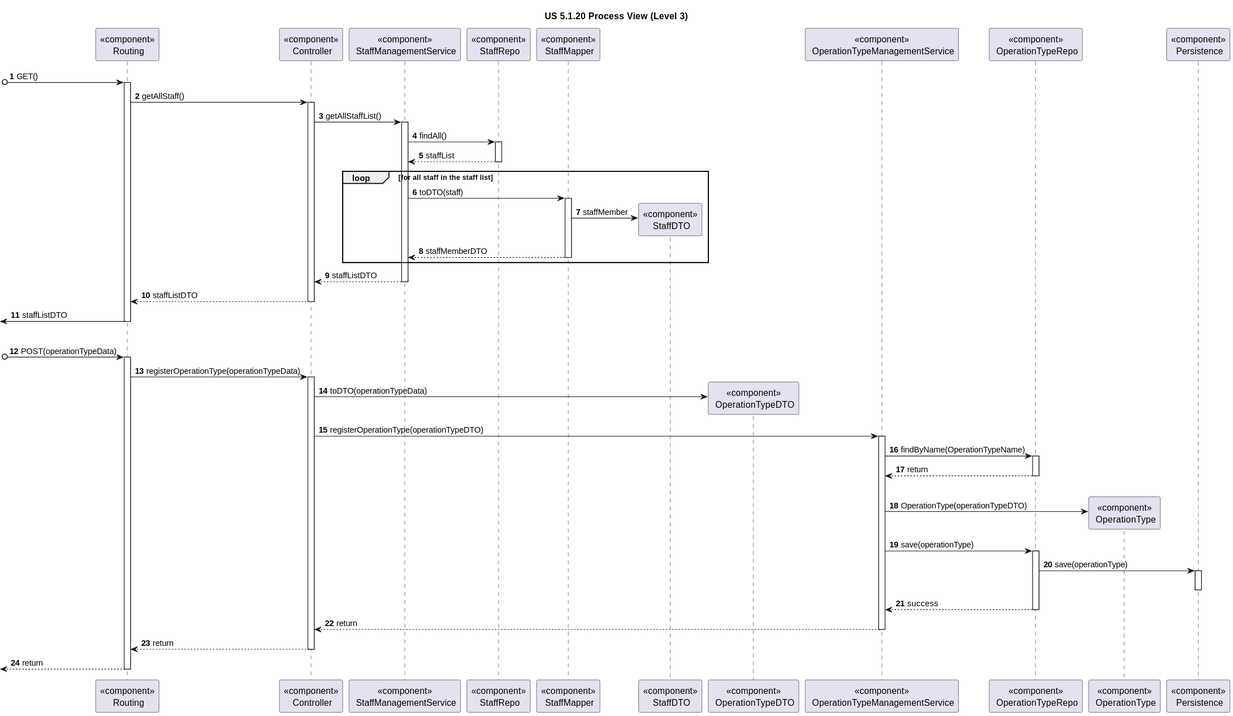
The PlantUML diagram docs/sprint-1/1220683/us-5.1.20/diagrams/Process_View/Level-3/us20-process-view-level3.svg in rita-barbosa/LAPR5-2425, before a commit. The source it was exported from:
```plantuml
@startuml

title US 5.1.20 Process View (Level 3)

autonumber

participant "<<component>>\n Routing" as ROUTE
participant "<<component>>\n Controller" as CONTROL

participant "<<component>>\n StaffManagementService" as STAFFServ
participant "<<component>>\n StaffRepo" as STAFFRepo
participant "<<component>>\n StaffMapper" as STAFFMapper
participant "<<component>>\n StaffDTO" as STAFFDTO

participant "<<component>>\n OperationTypeDTO" as OPTYDTO
participant "<<component>>\n OperationTypeManagementService" as OPTYServ
participant "<<component>>\n OperationTypeRepo" as OPTYRepo
participant "<<component>>\n OperationType" as OPTY

participant "<<component>>\n Persistence" as PERSISTENCE


[o-> ROUTE : GET()
activate ROUTE

ROUTE -> CONTROL : getAllStaff()
activate CONTROL

CONTROL -> STAFFServ : getAllStaffList()
activate STAFFServ

STAFFServ -> STAFFRepo : findAll()
activate STAFFRepo

STAFFRepo --> STAFFServ : staffList
deactivate STAFFRepo

loop for all staff in the staff list

STAFFServ -> STAFFMapper : toDTO(staff)
activate STAFFMapper

STAFFMapper -> STAFFDTO ** : staffMember

STAFFMapper --> STAFFServ : staffMemberDTO
deactivate STAFFMapper
end loop

STAFFServ --> CONTROL : staffListDTO
deactivate STAFFServ


CONTROL --> ROUTE : staffListDTO
deactivate CONTROL

<- ROUTE : staffListDTO
deactivate ROUTE

|||

[o-> ROUTE : POST(operationTypeData)
activate ROUTE

ROUTE -> CONTROL : registerOperationType(operationTypeData)
activate CONTROL

CONTROL -> OPTYDTO ** : toDTO(operationTypeData)

CONTROL -> OPTYServ : registerOperationType(operationTypeDTO)
activate OPTYServ

OPTYServ -> OPTYRepo : findByName(OperationTypeName)
activate OPTYRepo

OPTYRepo --> OPTYServ : return
deactivate OPTYRepo

|||

OPTYServ -> OPTY ** : OperationType(operationTypeDTO)

OPTYServ -> OPTYRepo : save(operationType)
activate OPTYRepo

OPTYRepo -> PERSISTENCE : save(operationType)
activate PERSISTENCE
deactivate PERSISTENCE

OPTYRepo --> OPTYServ : success
deactivate OPTYRepo

OPTYServ --> CONTROL : return
deactivate OPTYServ

CONTROL --> ROUTE : return
deactivate CONTROL

<-- ROUTE : return
deactivate ROUTE
@enduml
```
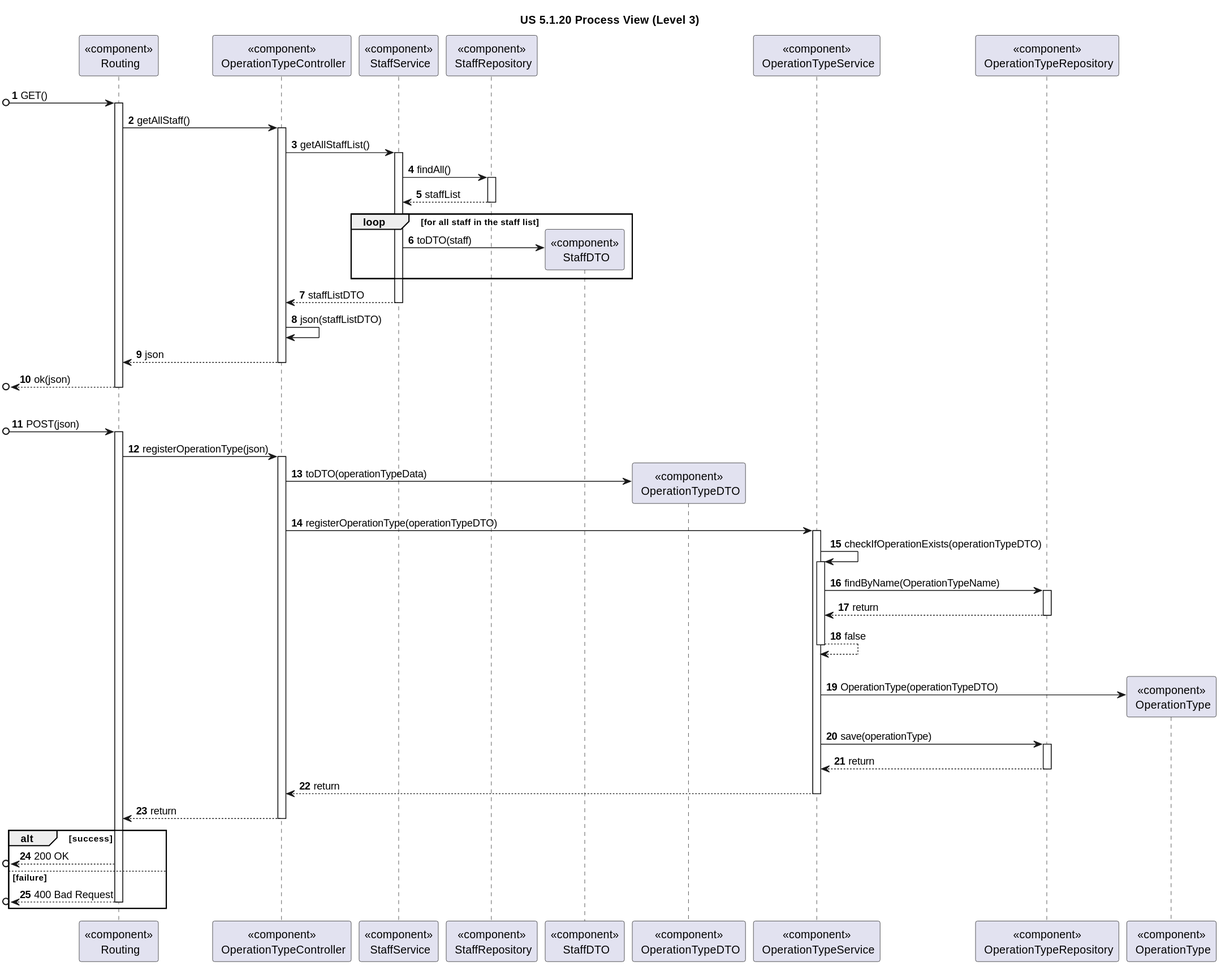
The same file after the commit.

Commit message:
DG38-34 | docs: design readme update and process view diagrams update

What changed in the source:
```diff
@@ -5,19 +5,16 @@
 autonumber
 
 participant "<<component>>\n Routing" as ROUTE
-participant "<<component>>\n Controller" as CONTROL
+participant "<<component>>\n OperationTypeController" as CONTROL
 
-participant "<<component>>\n StaffManagementService" as STAFFServ
-participant "<<component>>\n StaffRepo" as STAFFRepo
-participant "<<component>>\n StaffMapper" as STAFFMapper
+participant "<<component>>\n StaffService" as STAFFServ
+participant "<<component>>\n StaffRepository" as STAFFRepo
 participant "<<component>>\n StaffDTO" as STAFFDTO
 
 participant "<<component>>\n OperationTypeDTO" as OPTYDTO
-participant "<<component>>\n OperationTypeManagementService" as OPTYServ
-participant "<<component>>\n OperationTypeRepo" as OPTYRepo
+participant "<<component>>\n OperationTypeService" as OPTYServ
+participant "<<component>>\n OperationTypeRepository" as OPTYRepo
 participant "<<component>>\n OperationType" as OPTY
-
-participant "<<component>>\n Persistence" as PERSISTENCE
 
 
 [o-> ROUTE : GET()
@@ -37,31 +34,26 @@
 
 loop for all staff in the staff list
 
-STAFFServ -> STAFFMapper : toDTO(staff)
-activate STAFFMapper
-
-STAFFMapper -> STAFFDTO ** : staffMember
-
-STAFFMapper --> STAFFServ : staffMemberDTO
-deactivate STAFFMapper
+STAFFServ -> STAFFDTO ** : toDTO(staff)
 end loop
 
 STAFFServ --> CONTROL : staffListDTO
 deactivate STAFFServ
 
+CONTROL -> CONTROL : json(staffListDTO)
 
-CONTROL --> ROUTE : staffListDTO
+CONTROL --> ROUTE : json
 deactivate CONTROL
 
-<- ROUTE : staffListDTO
+[o<-- ROUTE : ok(json)
 deactivate ROUTE
 
 |||
 
-[o-> ROUTE : POST(operationTypeData)
+[o-> ROUTE : POST(json)
 activate ROUTE
 
-ROUTE -> CONTROL : registerOperationType(operationTypeData)
+ROUTE -> CONTROL : registerOperationType(json)
 activate CONTROL
 
 CONTROL -> OPTYDTO ** : toDTO(operationTypeData)
@@ -69,11 +61,18 @@
 CONTROL -> OPTYServ : registerOperationType(operationTypeDTO)
 activate OPTYServ
 
+OPTYServ -> OPTYServ : checkIfOperationExists(operationTypeDTO)
+activate OPTYServ
+
 OPTYServ -> OPTYRepo : findByName(OperationTypeName)
+
 activate OPTYRepo
 
 OPTYRepo --> OPTYServ : return
 deactivate OPTYRepo
+
+OPTYServ --> OPTYServ : false
+deactivate OPTYServ
 
 |||
 
@@ -82,11 +81,7 @@
 OPTYServ -> OPTYRepo : save(operationType)
 activate OPTYRepo
 
-OPTYRepo -> PERSISTENCE : save(operationType)
-activate PERSISTENCE
-deactivate PERSISTENCE
-
-OPTYRepo --> OPTYServ : success
+OPTYRepo --> OPTYServ : return
 deactivate OPTYRepo
 
 OPTYServ --> CONTROL : return
@@ -95,6 +90,12 @@
 CONTROL --> ROUTE : return
 deactivate CONTROL
 
-<-- ROUTE : return
+alt success
+[o<-- ROUTE : 200 OK
+
+else failure
+
+[o<-- ROUTE : 400 Bad Request
 deactivate ROUTE
+end alt
 @enduml
```
